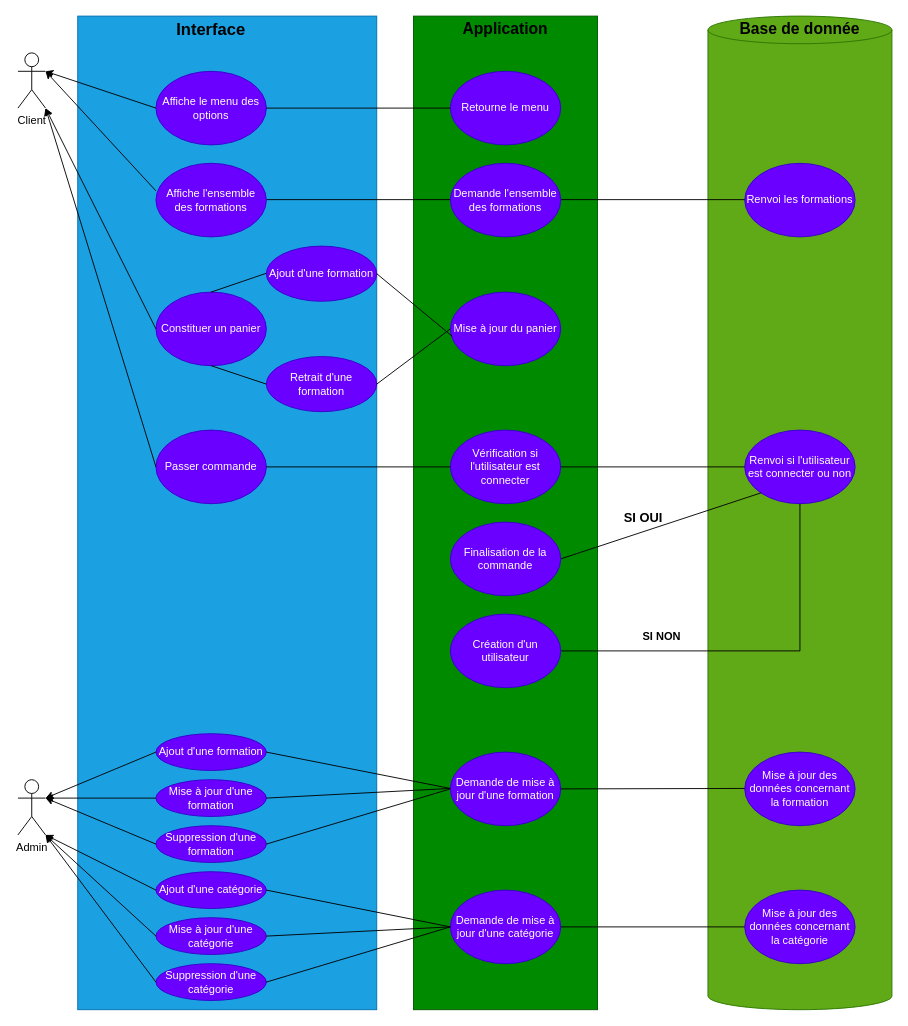
Above: diagrammes/Diagramme_use_case.drawio in Arthur40480/Evaluation1 (draw.io), before the change. Source tidied: cells renumbered, new cells numbered last; positions are measured from the earlier drawing's top-left corner, leaving out a move shared by most shapes. Both pictures are drawn from the tidied source at 92%, with x=0, y=0 at pixel (17, 16).
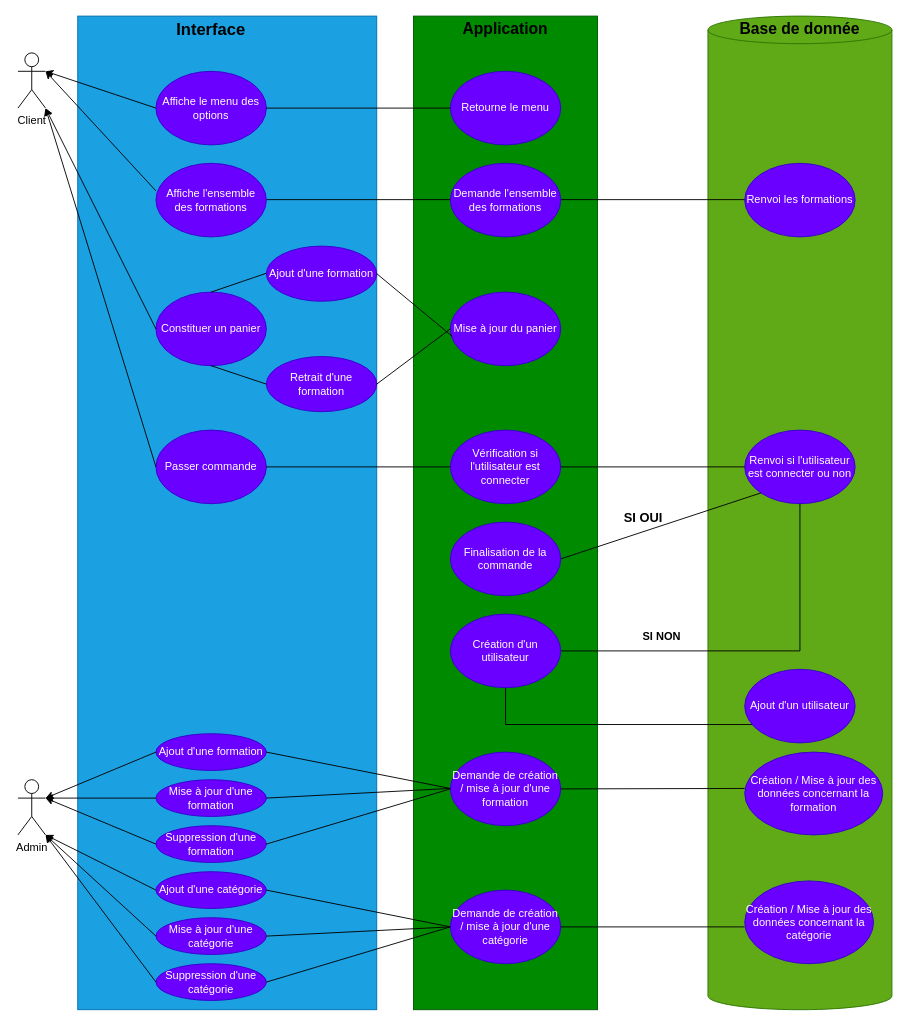
After the change.

Commit message (it also covers changes not shown here):
Modification du diagramme use_case

The change refers to these unchanged cells:
```xml
<mxCell id="35" value="Création d'un utilisateur" style="ellipse;whiteSpace=wrap;html=1;fillColor=#6a00ff;fontColor=#ffffff;strokeColor=#3700CC;" parent="1" vertex="1">
  <mxGeometry x="470" y="650" width="120" height="80" as="geometry" />
</mxCell>
```

What changed in the source:
```diff
@@
-    <mxCell id="41" value="Demande de mise à jour d'une formation" style="ellipse;whiteSpace=wrap;html=1;fillColor=#6a00ff;fontColor=#ffffff;strokeColor=#3700CC;" parent="1" vertex="1">
+    <mxCell id="41" value="Demande de création / mise à jour d'une formation" style="ellipse;whiteSpace=wrap;html=1;fillColor=#6a00ff;fontColor=#ffffff;strokeColor=#3700CC;" parent="1" vertex="1">
       <mxGeometry x="470" y="800" width="120" height="80" as="geometry" />
     </mxCell>
-    <mxCell id="42" value="Mise à jour des données concernant la formation" style="ellipse;whiteSpace=wrap;html=1;fillColor=#6a00ff;fontColor=#ffffff;strokeColor=#3700CC;" parent="1" vertex="1">
-      <mxGeometry x="790" y="800" width="120" height="80" as="geometry" />
+    <mxCell id="42" value="Création / Mise à jour des données concernant la formation" style="ellipse;whiteSpace=wrap;html=1;fillColor=#6a00ff;fontColor=#ffffff;strokeColor=#3700CC;" parent="1" vertex="1">
+      <mxGeometry x="790" y="800" width="150" height="90" as="geometry" />
     </mxCell>
@@
-    <mxCell id="50" value="Demande de mise à jour d'une catégorie" style="ellipse;whiteSpace=wrap;html=1;fillColor=#6a00ff;fontColor=#ffffff;strokeColor=#3700CC;" parent="1" vertex="1">
+    <mxCell id="50" value="Demande de création / mise à jour d'une catégorie" style="ellipse;whiteSpace=wrap;html=1;fillColor=#6a00ff;fontColor=#ffffff;strokeColor=#3700CC;" parent="1" vertex="1">
       <mxGeometry x="470" y="950" width="120" height="80" as="geometry" />
     </mxCell>
@@
-    <mxCell id="54" value="Mise à jour des données concernant la catégorie" style="ellipse;whiteSpace=wrap;html=1;fillColor=#6a00ff;fontColor=#ffffff;strokeColor=#3700CC;" parent="1" vertex="1">
-      <mxGeometry x="790" y="950" width="120" height="80" as="geometry" />
+    <mxCell id="54" value="Création / Mise à jour des données concernant la catégorie" style="ellipse;whiteSpace=wrap;html=1;fillColor=#6a00ff;fontColor=#ffffff;strokeColor=#3700CC;" parent="1" vertex="1">
+      <mxGeometry x="790" y="940" width="140" height="90" as="geometry" />
     </mxCell>
@@
+    <mxCell id="66" style="endArrow=none;html=1;rounded=0;entryX=0.067;entryY=0.75;entryDx=0;entryDy=0;entryPerimeter=0;" parent="1" edge="1" target="68">
+      <mxGeometry relative="1" as="geometry">
+        <mxPoint x="530" y="770" as="sourcePoint" />
+      </mxGeometry>
+    </mxCell>
+    <mxCell id="67" style="endArrow=none;html=1;rounded=0;exitX=0.5;exitY=1;exitDx=0;exitDy=0;" parent="1" edge="1" source="35">
+      <mxGeometry relative="1" as="geometry">
+        <mxPoint x="530" y="770" as="targetPoint" />
+      </mxGeometry>
+    </mxCell>
+    <mxCell id="68" value="Ajout d'un utilisateur" style="ellipse;whiteSpace=wrap;html=1;fillColor=#6a00ff;fontColor=#ffffff;strokeColor=#3700CC;" parent="1" vertex="1">
+      <mxGeometry x="790" y="710" width="120" height="80" as="geometry" />
+    </mxCell>
```
